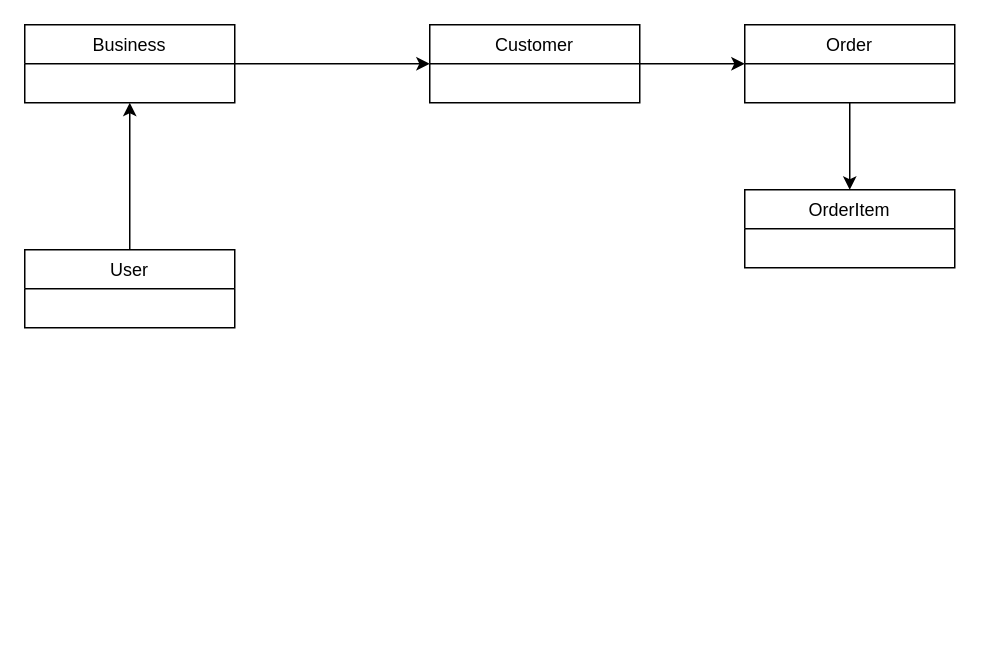
The draw.io diagram BizzFlowBusinessModel.drawio in BizzFlow/docs, before the edit. Source tidied: cells renumbered, new cells numbered last; positions are measured from the earlier drawing's top-left corner, leaving out a move shared by most shapes. Both pictures are drawn from the tidied source at 150%, with x=0, y=0 at pixel (24, 24).
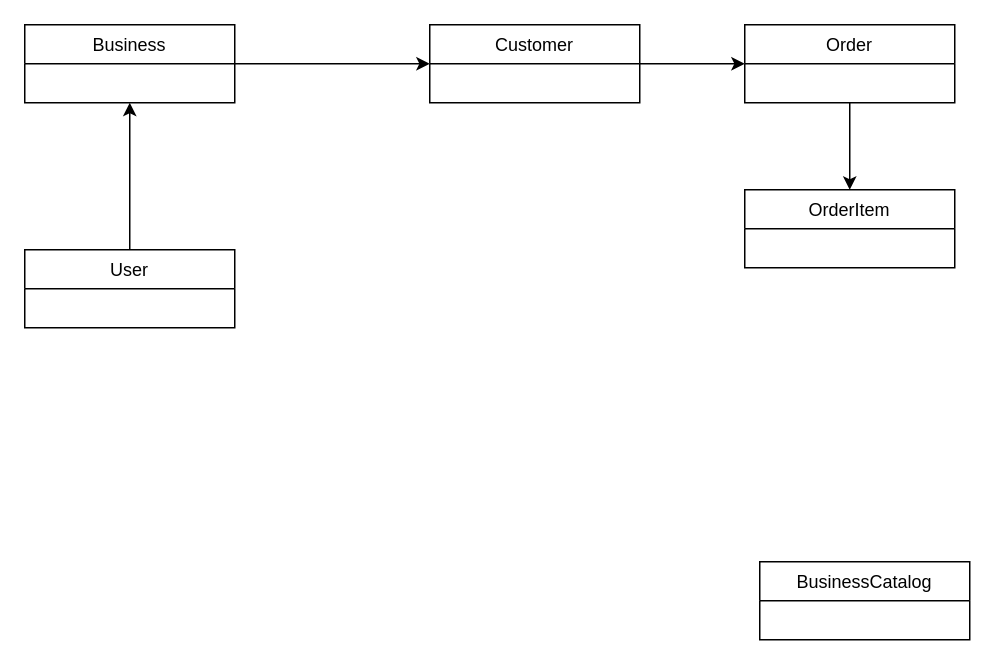
The same page after the edit.

What changed in the source:
```diff
@@
 <mxGraphModel>
   <root>
     <mxCell id="0" />
     <mxCell id="1" parent="0" />
     <mxCell id="2" style="edgeStyle=orthogonalEdgeStyle;rounded=0;jettySize=auto;html=1;" parent="1" edge="1" source="3" target="5">
       <mxGeometry relative="1" as="geometry" />
     </mxCell>
     <mxCell id="3" value="Customer" style="swimlane;fontStyle=0;horizontal=1;startSize=26;fillColor=none;" parent="1" vertex="1">
       <mxGeometry x="270" width="140" height="52" as="geometry" />
     </mxCell>
     <mxCell id="4" style="edgeStyle=orthogonalEdgeStyle;rounded=0;jettySize=auto;html=1;" parent="1" edge="1" source="5" target="6">
       <mxGeometry relative="1" as="geometry" />
     </mxCell>
     <mxCell id="5" value="Order" style="swimlane;fontStyle=0;horizontal=1;startSize=26;fillColor=none;" parent="1" vertex="1">
       <mxGeometry x="480" width="140" height="52" as="geometry" />
     </mxCell>
     <mxCell id="6" value="OrderItem" style="swimlane;fontStyle=0;horizontal=1;startSize=26;fillColor=none;" parent="1" vertex="1">
       <mxGeometry x="480" y="110" width="140" height="52" as="geometry" />
     </mxCell>
     <mxCell id="7" style="edgeStyle=orthogonalEdgeStyle;rounded=0;jettySize=auto;html=1;entryX=0.5;entryY=1;entryDx=0;entryDy=0;" parent="1" edge="1" source="8" target="10">
       <mxGeometry relative="1" as="geometry" />
     </mxCell>
     <mxCell id="8" value="User" style="swimlane;fontStyle=0;horizontal=1;startSize=26;fillColor=none;" parent="1" vertex="1">
       <mxGeometry y="150" width="140" height="52" as="geometry" />
     </mxCell>
     <mxCell id="9" style="edgeStyle=orthogonalEdgeStyle;rounded=0;jettySize=auto;html=1;entryX=0;entryY=0.5;entryDx=0;entryDy=0;" parent="1" edge="1" source="10" target="3">
       <mxGeometry relative="1" as="geometry" />
     </mxCell>
     <mxCell id="10" value="Business" style="swimlane;fontStyle=0;horizontal=1;startSize=26;fillColor=none;" parent="1" vertex="1">
       <mxGeometry width="140" height="52" as="geometry" />
     </mxCell>
+    <mxCell id="11" value="BusinessCatalog" style="swimlane;fontStyle=0;horizontal=1;startSize=26;fillColor=none;" parent="1" vertex="1">
+      <mxGeometry x="490" y="358" width="140" height="52" as="geometry" />
+    </mxCell>
   </root>
 </mxGraphModel>
```
